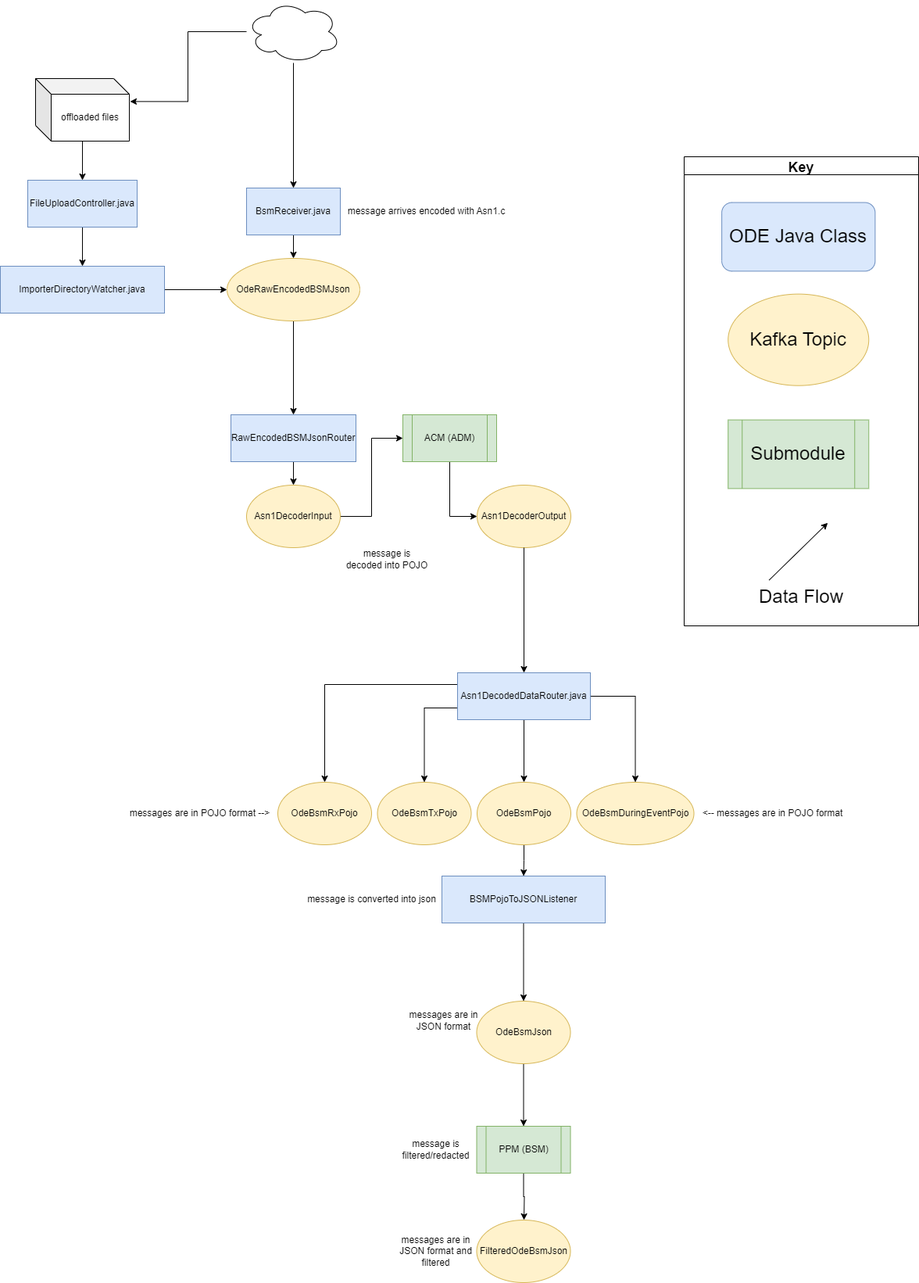
The draw.io diagram docs/data-flow-diagrams/bsm/BSM Data Flow.drawio.png in CDOT-CV/jpo-ode, before a commit. Source tidied: cells renumbered, new cells last; positions are measured from the earlier drawing's top-left corner, leaving out a move shared by most shapes.
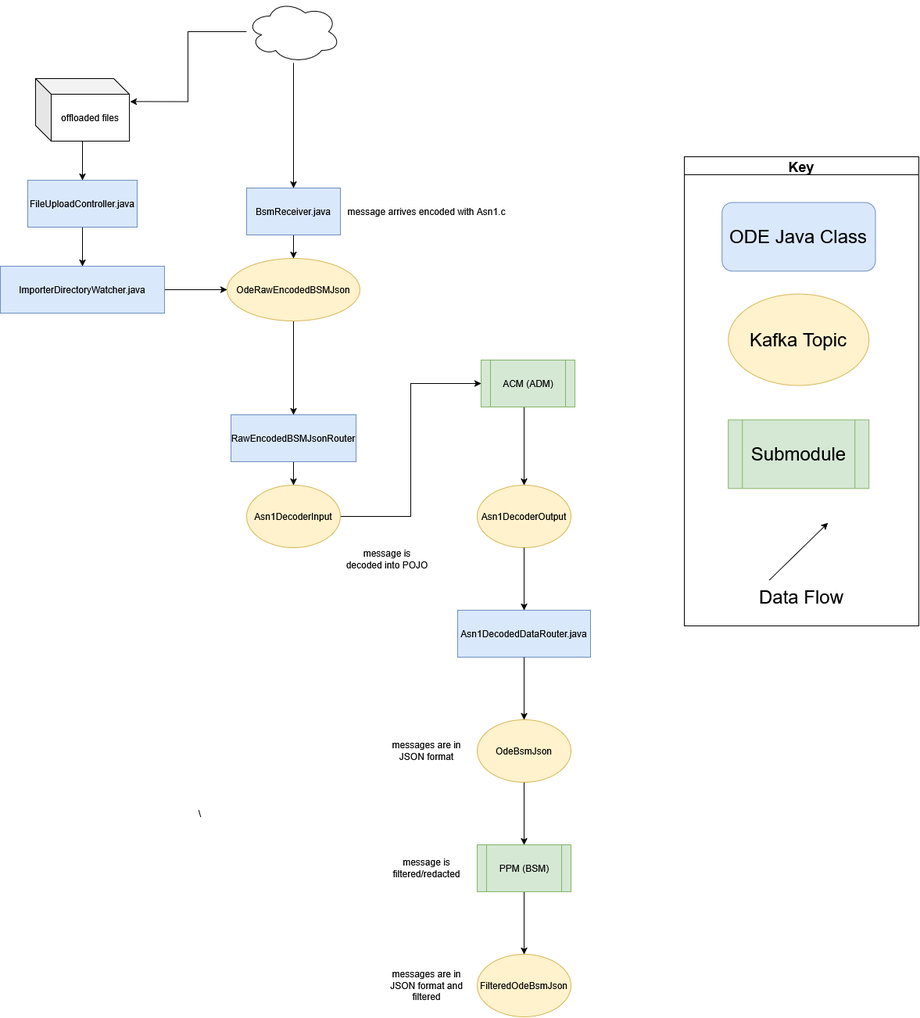
The same file after the commit.

Commit message:
Update BSM flowchart and descriptions

The edit, as a diff of the source:
```diff
@@ -2,33 +2,9 @@
   <root>
     <mxCell id="0" />
     <mxCell id="1" parent="0" />
-    <mxCell id="2" style="edgeStyle=orthogonalEdgeStyle;rounded=0;jettySize=auto;html=1;labelBackgroundColor=none;fontSize=18;" parent="1" edge="1" source="6" target="10">
-      <mxGeometry relative="1" as="geometry" />
-    </mxCell>
-    <mxCell id="3" style="edgeStyle=orthogonalEdgeStyle;rounded=0;jettySize=auto;html=1;exitX=0;exitY=0.25;exitDx=0;exitDy=0;" parent="1" edge="1" source="6" target="8">
-      <mxGeometry relative="1" as="geometry" />
-    </mxCell>
-    <mxCell id="4" style="edgeStyle=orthogonalEdgeStyle;rounded=0;jettySize=auto;html=1;exitX=0;exitY=0.75;exitDx=0;exitDy=0;" parent="1" edge="1" source="6" target="29">
-      <mxGeometry relative="1" as="geometry" />
-    </mxCell>
-    <mxCell id="5" style="edgeStyle=orthogonalEdgeStyle;rounded=0;jettySize=auto;html=1;exitX=1;exitY=0.5;exitDx=0;exitDy=0;" parent="1" edge="1" source="6" target="7">
-      <mxGeometry relative="1" as="geometry" />
-    </mxCell>
     <mxCell id="6" value="Asn1DecodedDataRouter.java" style="rounded=0;whiteSpace=wrap;html=1;fillColor=#dae8fc;strokeColor=#6c8ebf;" parent="1" vertex="1">
-      <mxGeometry x="585" y="860" width="170" height="60" as="geometry" />
+      <mxGeometry x="585" y="780" width="170" height="60" as="geometry" />
     </mxCell>
-    <mxCell id="7" value="OdeBsmDuringEventPojo" style="ellipse;whiteSpace=wrap;html=1;fillColor=#fff2cc;strokeColor=#d6b656;" parent="1" vertex="1">
-      <mxGeometry x="737.5" y="1000" width="150" height="80" as="geometry" />
-    </mxCell>
-    <mxCell id="8" value="OdeBsmRxPojo" style="ellipse;whiteSpace=wrap;html=1;fillColor=#fff2cc;strokeColor=#d6b656;" parent="1" vertex="1">
-      <mxGeometry x="355" y="1000" width="120" height="80" as="geometry" />
-    </mxCell>
-    <mxCell id="9" style="edgeStyle=orthogonalEdgeStyle;rounded=0;jettySize=auto;html=1;entryX=0.5;entryY=0;entryDx=0;entryDy=0;" parent="1" edge="1" source="10" target="23">
-      <mxGeometry relative="1" as="geometry" />
-    </mxCell>
-    <mxCell id="10" value="OdeBsmPojo" style="ellipse;whiteSpace=wrap;html=1;fillColor=#fff2cc;strokeColor=#d6b656;" parent="1" vertex="1">
-      <mxGeometry x="610" y="1000" width="120" height="80" as="geometry" />
-    </mxCell>
     <mxCell id="11" style="edgeStyle=orthogonalEdgeStyle;rounded=0;jettySize=auto;html=1;entryX=0.5;entryY=0;entryDx=0;entryDy=0;" parent="1" edge="1" source="12" target="14">
       <mxGeometry relative="1" as="geometry" />
     </mxCell>
@@ -41,11 +17,16 @@
     <mxCell id="14" value="OdeRawEncodedBSMJson" style="ellipse;whiteSpace=wrap;html=1;fillColor=#fff2cc;strokeColor=#d6b656;" parent="1" vertex="1">
       <mxGeometry x="290" y="330" width="170" height="80" as="geometry" />
     </mxCell>
-    <mxCell id="15" style="edgeStyle=orthogonalEdgeStyle;rounded=0;jettySize=auto;html=1;entryX=0;entryY=0.5;entryDx=0;entryDy=0;" parent="1" edge="1" source="16" target="21">
-      <mxGeometry relative="1" as="geometry" />
+    <mxCell id="15" style="edgeStyle=orthogonalEdgeStyle;rounded=0;jettySize=auto;html=1;entryX=0.5;entryY=0;entryDx=0;entryDy=0;" parent="1" edge="1" source="16" target="21">
+      <mxGeometry relative="1" as="geometry">
+        <Array as="points">
+          <mxPoint x="670" y="490" />
+          <mxPoint x="670" y="490" />
+        </Array>
+      </mxGeometry>
     </mxCell>
     <mxCell id="16" value="ACM (ADM)" style="shape=process;whiteSpace=wrap;html=1;backgroundOutline=1;fillColor=#d5e8d4;strokeColor=#82b366;" parent="1" vertex="1">
-      <mxGeometry x="515" y="530" width="120" height="60" as="geometry" />
+      <mxGeometry x="615" y="460" width="120" height="60" as="geometry" />
     </mxCell>
     <mxCell id="17" style="edgeStyle=orthogonalEdgeStyle;rounded=0;jettySize=auto;html=1;labelBackgroundColor=none;fontSize=18;" parent="1" edge="1" source="18" target="20">
       <mxGeometry relative="1" as="geometry" />
@@ -62,32 +43,24 @@
     <mxCell id="21" value="Asn1DecoderOutput" style="ellipse;whiteSpace=wrap;html=1;fillColor=#fff2cc;strokeColor=#d6b656;" parent="1" vertex="1">
       <mxGeometry x="610" y="620" width="120" height="80" as="geometry" />
     </mxCell>
-    <mxCell id="22" style="edgeStyle=orthogonalEdgeStyle;rounded=0;jettySize=auto;html=1;exitX=0.5;exitY=1;exitDx=0;exitDy=0;" parent="1" edge="1" source="23" target="25">
+    <mxCell id="22" style="edgeStyle=orthogonalEdgeStyle;rounded=0;jettySize=auto;html=1;exitX=0.5;exitY=1;exitDx=0;exitDy=0;" parent="1" edge="1" source="6" target="25">
       <mxGeometry relative="1" as="geometry" />
     </mxCell>
-    <mxCell id="23" value="BSMPojoToJSONListener" style="rounded=0;whiteSpace=wrap;html=1;fillColor=#dae8fc;strokeColor=#6c8ebf;" parent="1" vertex="1">
-      <mxGeometry x="565" y="1120" width="209" height="60" as="geometry" />
-    </mxCell>
     <mxCell id="24" style="edgeStyle=orthogonalEdgeStyle;rounded=0;jettySize=auto;html=1;" parent="1" edge="1" source="25" target="27">
       <mxGeometry relative="1" as="geometry" />
     </mxCell>
     <mxCell id="25" value="OdeBsmJson" style="ellipse;whiteSpace=wrap;html=1;fillColor=#fff2cc;strokeColor=#d6b656;" parent="1" vertex="1">
-      <mxGeometry x="609.5" y="1280" width="120" height="80" as="geometry" />
+      <mxGeometry x="610" y="920" width="120" height="80" as="geometry" />
     </mxCell>
-    <mxCell id="26" style="edgeStyle=orthogonalEdgeStyle;rounded=0;jettySize=auto;html=1;" parent="1" edge="1" source="27">
-      <mxGeometry relative="1" as="geometry">
-        <mxPoint x="670" y="1560" as="targetPoint" />
-      </mxGeometry>
+    <mxCell id="26" style="edgeStyle=orthogonalEdgeStyle;rounded=0;jettySize=auto;html=1;entryX=0.5;entryY=0;entryDx=0;entryDy=0;exitX=0.5;exitY=1;exitDx=0;exitDy=0;" parent="1" edge="1" source="27" target="28">
+      <mxGeometry relative="1" as="geometry" />
     </mxCell>
     <mxCell id="27" value="PPM (BSM)" style="shape=process;whiteSpace=wrap;html=1;backgroundOutline=1;fillColor=#d5e8d4;strokeColor=#82b366;" parent="1" vertex="1">
-      <mxGeometry x="609.5" y="1440" width="120" height="60" as="geometry" />
+      <mxGeometry x="610" y="1080" width="120" height="60" as="geometry" />
     </mxCell>
     <mxCell id="28" value="FilteredOdeBsmJson" style="ellipse;whiteSpace=wrap;html=1;fillColor=#fff2cc;strokeColor=#d6b656;" parent="1" vertex="1">
-      <mxGeometry x="609.5" y="1560" width="120" height="80" as="geometry" />
+      <mxGeometry x="610" y="1220" width="120" height="80" as="geometry" />
     </mxCell>
-    <mxCell id="29" value="OdeBsmTxPojo" style="ellipse;whiteSpace=wrap;html=1;fillColor=#fff2cc;strokeColor=#d6b656;" parent="1" vertex="1">
-      <mxGeometry x="482.5" y="1000" width="120" height="80" as="geometry" />
-    </mxCell>
     <mxCell id="30" style="edgeStyle=orthogonalEdgeStyle;rounded=0;jettySize=auto;html=1;entryX=0.5;entryY=0;entryDx=0;entryDy=0;exitX=0.5;exitY=1;exitDx=0;exitDy=0;" parent="1" edge="1" source="21" target="6">
       <mxGeometry relative="1" as="geometry" />
     </mxCell>
@@ -130,24 +103,18 @@
     <mxCell id="42" value="message is decoded into POJO" style="text;html=1;strokeColor=none;fillColor=none;align=center;verticalAlign=middle;whiteSpace=wrap;rounded=0;" parent="1" vertex="1">
       <mxGeometry x="440" y="690" width="110" height="50" as="geometry" />
     </mxCell>
-    <mxCell id="43" value="message is converted into json" style="text;html=1;align=center;verticalAlign=middle;strokeColor=none;fillColor=none;" parent="1" vertex="1">
-      <mxGeometry x="385" y="1140" width="180" height="20" as="geometry" />
-    </mxCell>
     <mxCell id="44" value="message is filtered/redacted" style="text;html=1;strokeColor=none;fillColor=none;align=center;verticalAlign=middle;whiteSpace=wrap;rounded=0;" parent="1" vertex="1">
-      <mxGeometry x="504.5" y="1445" width="105" height="50" as="geometry" />
+      <mxGeometry x="492.5" y="1085" width="105" height="50" as="geometry" />
     </mxCell>
     <mxCell id="45" value="messages are in JSON format and filtered" style="text;html=1;strokeColor=none;fillColor=none;align=center;verticalAlign=middle;whiteSpace=wrap;rounded=0;" parent="1" vertex="1">
-      <mxGeometry x="504.5" y="1575" width="105" height="50" as="geometry" />
+      <mxGeometry x="492.5" y="1235" width="105" height="50" as="geometry" />
     </mxCell>
     <mxCell id="46" value="messages are in JSON format" style="text;html=1;strokeColor=none;fillColor=none;align=center;verticalAlign=middle;whiteSpace=wrap;rounded=0;" parent="1" vertex="1">
-      <mxGeometry x="515" y="1280" width="105" height="50" as="geometry" />
+      <mxGeometry x="492.5" y="935" width="105" height="50" as="geometry" />
     </mxCell>
-    <mxCell id="47" value="messages are in POJO format --&amp;gt;" style="text;html=1;align=center;verticalAlign=middle;strokeColor=none;fillColor=none;" parent="1" vertex="1">
-      <mxGeometry x="155" y="1030" width="200" height="20" as="geometry" />
+    <mxCell id="47" value="\" style="text;html=1;align=center;verticalAlign=middle;strokeColor=none;fillColor=none;" parent="1" vertex="1">
+      <mxGeometry x="240" y="1025" width="30" height="30" as="geometry" />
     </mxCell>
-    <mxCell id="48" value="&amp;lt;-- messages are in POJO format" style="text;html=1;align=center;verticalAlign=middle;strokeColor=none;fillColor=none;" parent="1" vertex="1">
-      <mxGeometry x="887.5" y="1030" width="200" height="20" as="geometry" />
-    </mxCell>
     <mxCell id="49" value="offloaded files" style="shape=cube;whiteSpace=wrap;html=1;boundedLbl=1;backgroundOutline=1;darkOpacity=0.05;darkOpacity2=0.1;" parent="1" vertex="1">
       <mxGeometry x="45" y="100" width="120" height="80" as="geometry" />
     </mxCell>
```
